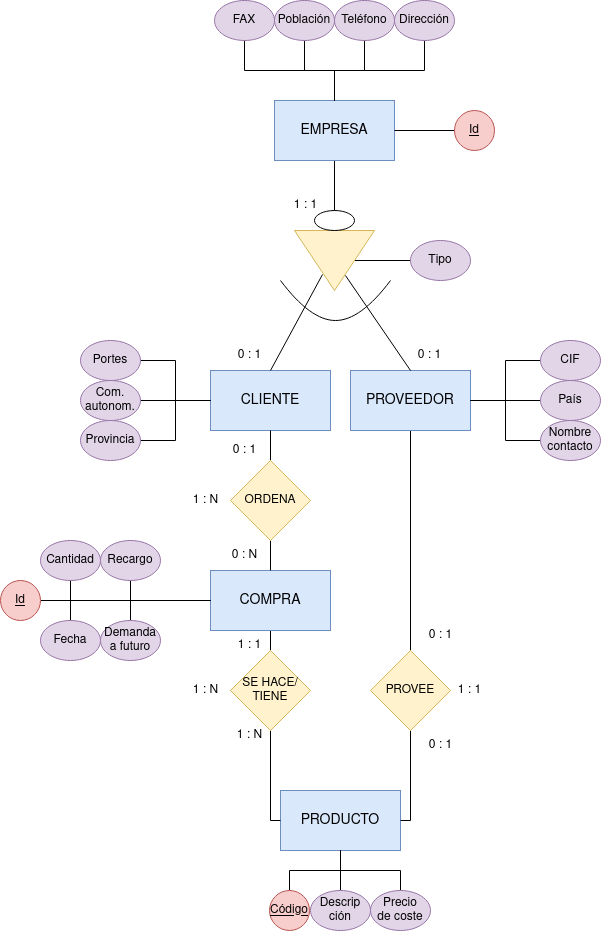
IsaiasTolP/Base-Datos keeps this draw.io diagram as Unidad-2/Tareas-entregables/entregable-4/images/Tarea-entregable-4.png. Above is the earlier version. Source tidied: cells renumbered, new cells last; positions are measured from the earlier drawing's top-left corner, leaving out a move shared by most shapes.
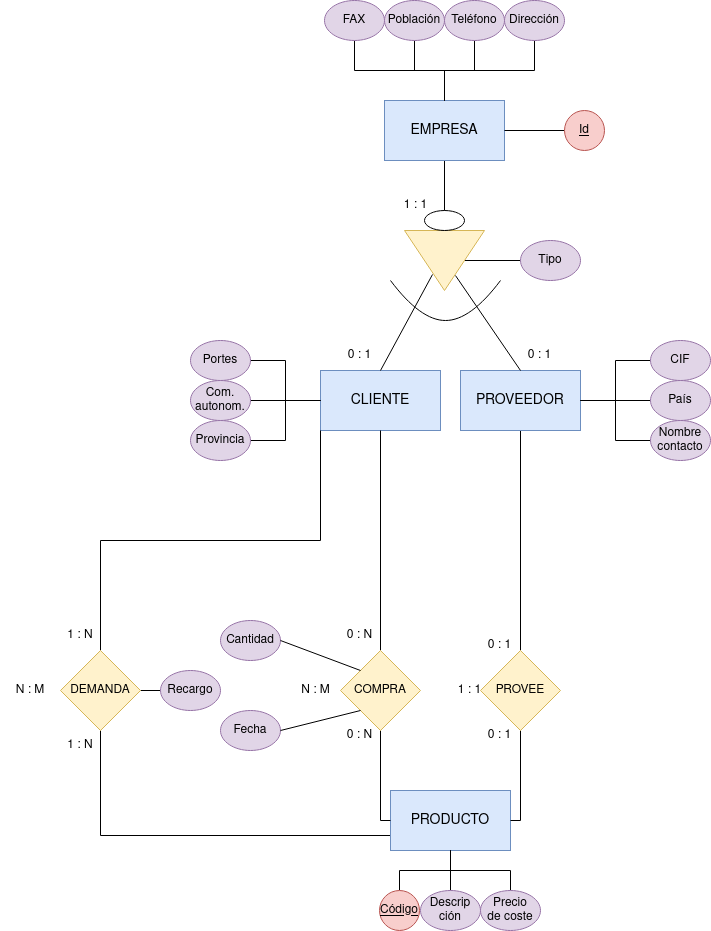
The same diagram one commit later.

Change to the diagram source:
```diff
@@ -92,6 +92,9 @@
     <mxCell id="31" value="Nombre contacto" style="ellipse;whiteSpace=wrap;html=1;fillColor=#e1d5e7;strokeColor=#9673a6;" parent="1" vertex="1">
       <mxGeometry x="540" y="420" width="60" height="40" as="geometry" />
     </mxCell>
+    <mxCell id="74" style="edgeStyle=orthogonalEdgeStyle;rounded=0;jettySize=auto;html=1;exitX=0;exitY=0.75;exitDx=0;exitDy=0;entryX=0.5;entryY=1;entryDx=0;entryDy=0;endArrow=none;endFill=0;" parent="1" edge="1" source="32" target="81">
+      <mxGeometry relative="1" as="geometry" />
+    </mxCell>
     <mxCell id="32" value="PRODUCTO" style="rounded=0;whiteSpace=wrap;html=1;fontSize=14;fillColor=#dae8fc;strokeColor=#6c8ebf;" parent="1" vertex="1">
       <mxGeometry x="280" y="790" width="120" height="60" as="geometry" />
     </mxCell>
@@ -124,7 +127,7 @@
       <mxGeometry x="370" y="650" width="80" height="80" as="geometry" />
     </mxCell>
     <mxCell id="41" value="1 : 1" style="text;html=1;align=center;verticalAlign=middle;strokeColor=none;fillColor=none;" parent="1" vertex="1">
-      <mxGeometry x="444" y="675" width="50" height="30" as="geometry" />
+      <mxGeometry x="334" y="675" width="50" height="30" as="geometry" />
     </mxCell>
     <mxCell id="42" style="ellipse;whiteSpace=wrap;html=1;" parent="1" vertex="1">
       <mxGeometry x="314" y="210" width="40" height="20" as="geometry" />
@@ -155,38 +158,17 @@
       <mxGeometry x="404" y="340" width="50" height="30" as="geometry" />
     </mxCell>
     <mxCell id="49" value="0 : 1" style="text;html=1;align=center;verticalAlign=middle;strokeColor=none;fillColor=none;" parent="1" vertex="1">
-      <mxGeometry x="415" y="620" width="50" height="30" as="geometry" />
+      <mxGeometry x="364" y="630" width="50" height="30" as="geometry" />
     </mxCell>
     <mxCell id="50" value="0 : 1" style="text;html=1;align=center;verticalAlign=middle;strokeColor=none;fillColor=none;" parent="1" vertex="1">
-      <mxGeometry x="415" y="730" width="50" height="30" as="geometry" />
+      <mxGeometry x="364" y="720" width="50" height="30" as="geometry" />
     </mxCell>
-    <mxCell id="51" style="edgeStyle=orthogonalEdgeStyle;rounded=0;jettySize=auto;html=1;exitX=0.5;exitY=0;exitDx=0;exitDy=0;entryX=0;entryY=0.5;entryDx=0;entryDy=0;endArrow=none;endFill=0;" parent="1" edge="1" source="52" target="57">
-      <mxGeometry relative="1" as="geometry" />
-    </mxCell>
-    <mxCell id="52" value="Demanda a futuro" style="ellipse;whiteSpace=wrap;html=1;fillColor=#e1d5e7;strokeColor=#9673a6;" parent="1" vertex="1">
-      <mxGeometry x="100" y="620" width="60" height="40" as="geometry" />
-    </mxCell>
-    <mxCell id="53" style="edgeStyle=orthogonalEdgeStyle;rounded=0;jettySize=auto;html=1;exitX=0.5;exitY=1;exitDx=0;exitDy=0;entryX=0;entryY=0.5;entryDx=0;entryDy=0;endArrow=none;endFill=0;" parent="1" edge="1" source="54" target="57">
-      <mxGeometry relative="1" as="geometry" />
-    </mxCell>
+    <mxCell id="75" style="edgeStyle=orthogonalEdgeStyle;rounded=0;jettySize=auto;html=1;exitX=0;exitY=0.5;exitDx=0;exitDy=0;entryX=1;entryY=0.5;entryDx=0;entryDy=0;endArrow=none;endFill=0;" parent="1" edge="1" source="54" target="81">
+      <mxGeometry relative="1" as="geometry" />
+    </mxCell>
     <mxCell id="54" value="Recargo" style="ellipse;whiteSpace=wrap;html=1;fillColor=#e1d5e7;strokeColor=#9673a6;" parent="1" vertex="1">
-      <mxGeometry x="100" y="540" width="60" height="40" as="geometry" />
+      <mxGeometry x="50" y="670" width="60" height="40" as="geometry" />
     </mxCell>
-    <mxCell id="55" style="edgeStyle=orthogonalEdgeStyle;rounded=0;jettySize=auto;html=1;exitX=0.5;exitY=0;exitDx=0;exitDy=0;entryX=0.5;entryY=1;entryDx=0;entryDy=0;endArrow=none;endFill=0;" parent="1" edge="1" source="59" target="17">
-      <mxGeometry relative="1" as="geometry" />
-    </mxCell>
-    <mxCell id="56" style="edgeStyle=orthogonalEdgeStyle;rounded=0;jettySize=auto;html=1;exitX=0.5;exitY=1;exitDx=0;exitDy=0;entryX=0.5;entryY=0;entryDx=0;entryDy=0;endArrow=none;endFill=0;" parent="1" edge="1" source="57" target="61">
-      <mxGeometry relative="1" as="geometry" />
-    </mxCell>
-    <mxCell id="57" value="COMPRA" style="rounded=0;whiteSpace=wrap;html=1;fontSize=14;fillColor=#dae8fc;strokeColor=#6c8ebf;" parent="1" vertex="1">
-      <mxGeometry x="210" y="570" width="120" height="60" as="geometry" />
-    </mxCell>
-    <mxCell id="58" style="edgeStyle=orthogonalEdgeStyle;rounded=0;jettySize=auto;html=1;exitX=0.5;exitY=0;exitDx=0;exitDy=0;entryX=0.5;entryY=1;entryDx=0;entryDy=0;endArrow=none;endFill=0;" parent="1" edge="1" source="57" target="59">
-      <mxGeometry relative="1" as="geometry" />
-    </mxCell>
-    <mxCell id="59" value="ORDENA" style="rhombus;whiteSpace=wrap;html=1;fillColor=#fff2cc;strokeColor=#d6b656;" parent="1" vertex="1">
-      <mxGeometry x="230" y="460" width="80" height="80" as="geometry" />
-    </mxCell>
     <mxCell id="60" style="edgeStyle=orthogonalEdgeStyle;rounded=0;jettySize=auto;html=1;exitX=0.5;exitY=1;exitDx=0;exitDy=0;entryX=0;entryY=0.5;entryDx=0;entryDy=0;endArrow=none;endFill=0;" parent="1" edge="1" source="61" target="32">
       <mxGeometry relative="1" as="geometry">
         <Array as="points">
@@ -194,44 +176,47 @@
         </Array>
       </mxGeometry>
     </mxCell>
+    <mxCell id="76" style="edgeStyle=orthogonalEdgeStyle;rounded=0;jettySize=auto;html=1;exitX=0.5;exitY=0;exitDx=0;exitDy=0;entryX=0.5;entryY=1;entryDx=0;entryDy=0;endArrow=none;endFill=0;" parent="1" edge="1" source="61" target="17">
+      <mxGeometry relative="1" as="geometry" />
+    </mxCell>
-    <mxCell id="61" value="&lt;div&gt;SE HACE/&lt;/div&gt;&lt;div&gt;TIENE&lt;br&gt;&lt;/div&gt;" style="rhombus;whiteSpace=wrap;html=1;fillColor=#fff2cc;strokeColor=#d6b656;" parent="1" vertex="1">
+    <mxCell id="61" value="COMPRA" style="rhombus;whiteSpace=wrap;html=1;fillColor=#fff2cc;strokeColor=#d6b656;" parent="1" vertex="1">
       <mxGeometry x="230" y="650" width="80" height="80" as="geometry" />
     </mxCell>
-    <mxCell id="62" value="0 : N" style="text;html=1;align=center;verticalAlign=middle;strokeColor=none;fillColor=none;" parent="1" vertex="1">
-      <mxGeometry x="219" y="540" width="50" height="30" as="geometry" />
-    </mxCell>
-    <mxCell id="63" value="0 : 1" style="text;html=1;align=center;verticalAlign=middle;strokeColor=none;fillColor=none;" parent="1" vertex="1">
-      <mxGeometry x="219" y="435" width="50" height="30" as="geometry" />
-    </mxCell>
-    <mxCell id="64" value="1 : N" style="text;html=1;align=center;verticalAlign=middle;strokeColor=none;fillColor=none;" parent="1" vertex="1">
-      <mxGeometry x="180" y="485" width="50" height="30" as="geometry" />
-    </mxCell>
-    <mxCell id="65" style="edgeStyle=orthogonalEdgeStyle;rounded=0;jettySize=auto;html=1;exitX=0.5;exitY=1;exitDx=0;exitDy=0;entryX=0;entryY=0.5;entryDx=0;entryDy=0;endArrow=none;endFill=0;" parent="1" edge="1" source="66" target="57">
-      <mxGeometry relative="1" as="geometry" />
-    </mxCell>
     <mxCell id="66" value="Cantidad" style="ellipse;whiteSpace=wrap;html=1;fillColor=#e1d5e7;strokeColor=#9673a6;" parent="1" vertex="1">
-      <mxGeometry x="40" y="540" width="60" height="40" as="geometry" />
+      <mxGeometry x="110" y="620" width="60" height="40" as="geometry" />
     </mxCell>
-    <mxCell id="67" style="edgeStyle=orthogonalEdgeStyle;rounded=0;jettySize=auto;html=1;exitX=0.5;exitY=0;exitDx=0;exitDy=0;entryX=0;entryY=0.5;entryDx=0;entryDy=0;endArrow=none;endFill=0;" parent="1" edge="1" source="68" target="57">
-      <mxGeometry relative="1" as="geometry" />
-    </mxCell>
     <mxCell id="68" value="Fecha" style="ellipse;whiteSpace=wrap;html=1;fillColor=#e1d5e7;strokeColor=#9673a6;" parent="1" vertex="1">
-      <mxGeometry x="40" y="620" width="60" height="40" as="geometry" />
+      <mxGeometry x="110" y="710" width="60" height="40" as="geometry" />
     </mxCell>
-    <mxCell id="69" value="1 : N" style="text;html=1;align=center;verticalAlign=middle;strokeColor=none;fillColor=none;" parent="1" vertex="1">
-      <mxGeometry x="224" y="720" width="50" height="30" as="geometry" />
-    </mxCell>
-    <mxCell id="70" value="1 : 1" style="text;html=1;align=center;verticalAlign=middle;strokeColor=none;fillColor=none;" parent="1" vertex="1">
-      <mxGeometry x="224" y="630" width="50" height="30" as="geometry" />
-    </mxCell>
-    <mxCell id="71" value="1 : N" style="text;html=1;align=center;verticalAlign=middle;strokeColor=none;fillColor=none;" parent="1" vertex="1">
-      <mxGeometry x="180" y="675" width="50" height="30" as="geometry" />
-    </mxCell>
-    <mxCell id="72" style="edgeStyle=orthogonalEdgeStyle;rounded=0;jettySize=auto;html=1;exitX=1;exitY=0.5;exitDx=0;exitDy=0;entryX=0;entryY=0.5;entryDx=0;entryDy=0;endArrow=none;endFill=0;" parent="1" edge="1" source="73" target="57">
-      <mxGeometry relative="1" as="geometry" />
-    </mxCell>
-    <mxCell id="73" value="&lt;u&gt;Id&lt;/u&gt;" style="ellipse;whiteSpace=wrap;html=1;fillColor=#f8cecc;strokeColor=#b85450;" parent="1" vertex="1">
-      <mxGeometry y="580" width="40" height="40" as="geometry" />
-    </mxCell>
+    <mxCell id="77" value="0 : N" style="text;html=1;align=center;verticalAlign=middle;strokeColor=none;fillColor=none;" parent="1" vertex="1">
+      <mxGeometry x="224" y="720" width="50" height="30" as="geometry" />
+    </mxCell>
+    <mxCell id="78" value="0 : N" style="text;html=1;align=center;verticalAlign=middle;strokeColor=none;fillColor=none;" parent="1" vertex="1">
+      <mxGeometry x="224" y="620" width="50" height="30" as="geometry" />
+    </mxCell>
+    <mxCell id="79" value="N : M" style="text;html=1;align=center;verticalAlign=middle;strokeColor=none;fillColor=none;" parent="1" vertex="1">
+      <mxGeometry x="180" y="675" width="50" height="30" as="geometry" />
+    </mxCell>
+    <mxCell id="80" style="edgeStyle=orthogonalEdgeStyle;rounded=0;jettySize=auto;html=1;exitX=0.5;exitY=0;exitDx=0;exitDy=0;entryX=0;entryY=1;entryDx=0;entryDy=0;endArrow=none;endFill=0;" parent="1" edge="1" source="81" target="17">
+      <mxGeometry relative="1" as="geometry" />
+    </mxCell>
+    <mxCell id="81" value="DEMANDA" style="rhombus;whiteSpace=wrap;html=1;fillColor=#fff2cc;strokeColor=#d6b656;" parent="1" vertex="1">
+      <mxGeometry x="-50" y="650" width="80" height="80" as="geometry" />
+    </mxCell>
+    <mxCell id="82" style="endArrow=none;html=1;rounded=0;entryX=1;entryY=0.5;entryDx=0;entryDy=0;exitX=0;exitY=0;exitDx=0;exitDy=0;" parent="1" edge="1" source="61" target="66">
+      <mxGeometry relative="1" as="geometry" />
+    </mxCell>
+    <mxCell id="83" style="endArrow=none;html=1;rounded=0;entryX=0;entryY=1;entryDx=0;entryDy=0;exitX=1;exitY=0.5;exitDx=0;exitDy=0;" parent="1" edge="1" source="68" target="61">
+      <mxGeometry relative="1" as="geometry" />
+    </mxCell>
+    <mxCell id="84" value="1 : N" style="text;html=1;strokeColor=none;fillColor=none;align=center;verticalAlign=middle;whiteSpace=wrap;rounded=0;" parent="1" vertex="1">
+      <mxGeometry x="-60" y="730" width="60" height="30" as="geometry" />
+    </mxCell>
+    <mxCell id="85" value="1 : N" style="text;html=1;strokeColor=none;fillColor=none;align=center;verticalAlign=middle;whiteSpace=wrap;rounded=0;" parent="1" vertex="1">
+      <mxGeometry x="-60" y="620" width="60" height="30" as="geometry" />
+    </mxCell>
+    <mxCell id="86" value="N : M" style="text;html=1;strokeColor=none;fillColor=none;align=center;verticalAlign=middle;whiteSpace=wrap;rounded=0;" parent="1" vertex="1">
+      <mxGeometry x="-110" y="675" width="60" height="30" as="geometry" />
+    </mxCell>
   </root>
 </mxGraphModel>
```
